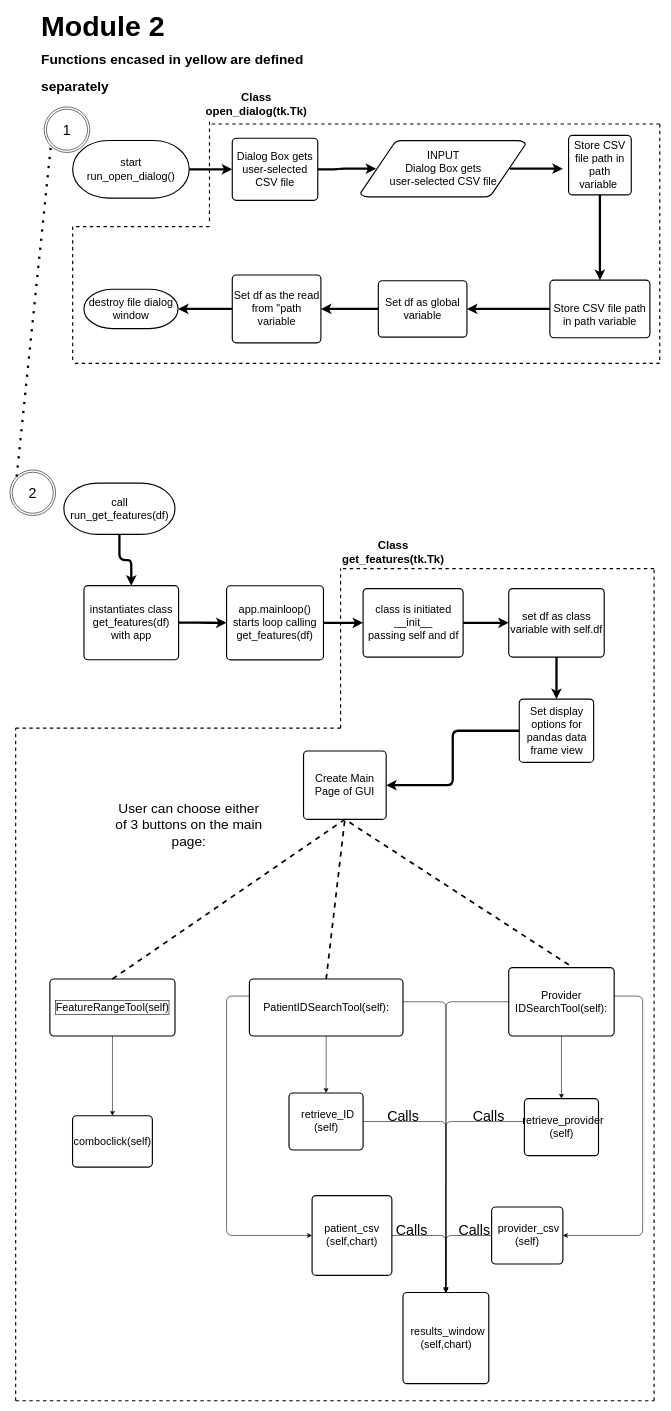
ladri8/COVID19_AHA keeps this draw.io diagram as Untitled Diagram.drawio. Above is the earlier version. Source tidied: cells renumbered, new cells numbered last; positions are measured from the earlier drawing's top-left corner, leaving out a move shared by most shapes. Both pictures are drawn from the tidied source at 57%, with x=0, y=0 at pixel (10, 15).
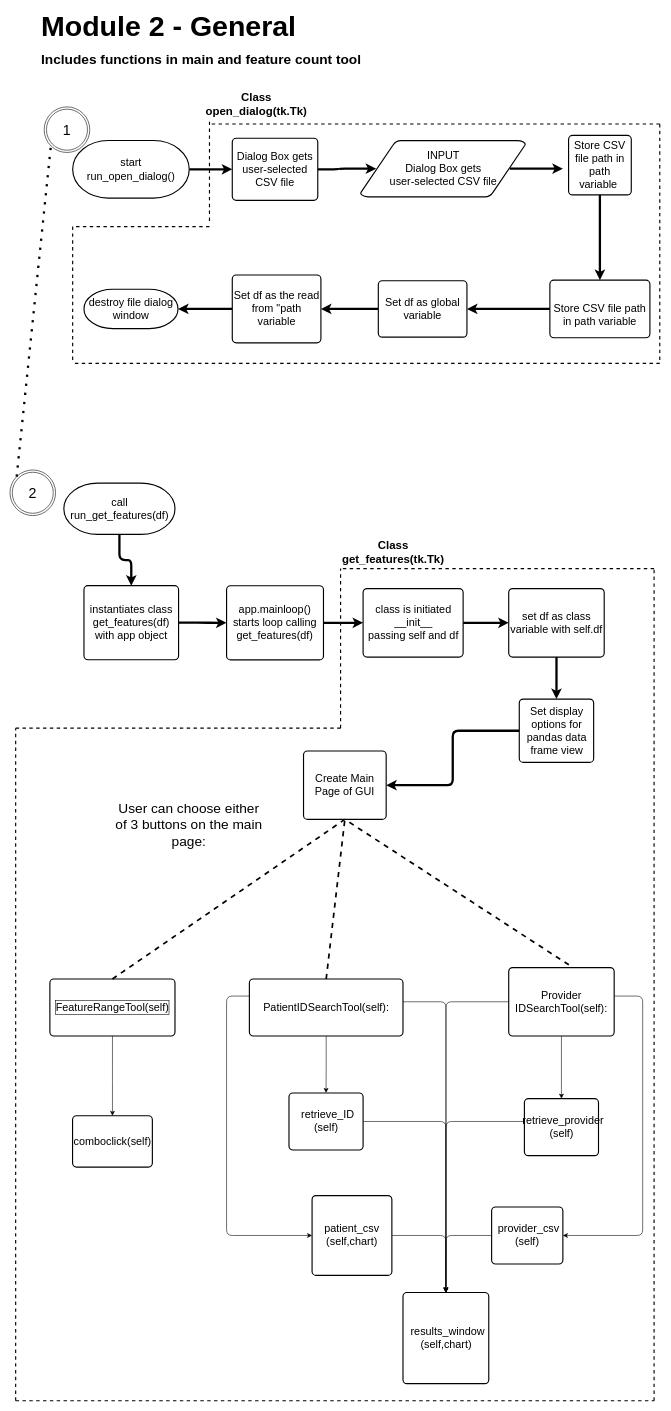
The same page after the edit.

Change to the diagram source:
```diff
@@
-    <mxCell id="10" value="instantiates class get_features(df) with app " style="whiteSpace=wrap;html=1;absoluteArcSize=1;arcSize=14;strokeWidth=2;fontSize=19;rounded=1;" parent="1" vertex="1">
+    <mxCell id="10" value="instantiates class get_features(df) with app object " style="whiteSpace=wrap;html=1;absoluteArcSize=1;arcSize=14;strokeWidth=2;fontSize=19;rounded=1;" parent="1" vertex="1">
       <mxGeometry x="129.8" y="1000" width="166" height="130" as="geometry" />
     </mxCell>
@@
-    <mxCell id="56" value="Calls" style="text;html=1;strokeColor=none;fillColor=none;align=center;verticalAlign=middle;whiteSpace=wrap;fontFamily=Helvetica;fontSize=25;rounded=1;" parent="1" vertex="1">
-      <mxGeometry x="670" y="1830" width="40" height="200" as="geometry" />
-    </mxCell>
-    <mxCell id="57" value="Calls" style="text;html=1;strokeColor=none;fillColor=none;align=center;verticalAlign=middle;whiteSpace=wrap;fontFamily=Helvetica;fontSize=25;rounded=1;" parent="1" vertex="1">
-      <mxGeometry x="820" y="1920" width="40" height="20" as="geometry" />
-    </mxCell>
-    <mxCell id="58" value="Calls" style="text;html=1;strokeColor=none;fillColor=none;align=center;verticalAlign=middle;whiteSpace=wrap;fontFamily=Helvetica;fontSize=25;rounded=1;" parent="1" vertex="1">
-      <mxGeometry x="684.5" y="2030" width="40" height="200" as="geometry" />
-    </mxCell>
-    <mxCell id="59" value="Calls" style="text;html=1;strokeColor=none;fillColor=none;align=center;verticalAlign=middle;whiteSpace=wrap;fontFamily=Helvetica;fontSize=25;rounded=1;" parent="1" vertex="1">
-      <mxGeometry x="794.5" y="2030" width="40" height="200" as="geometry" />
-    </mxCell>
-    <mxCell id="60" value="&lt;font style=&quot;font-size: 50px&quot;&gt;&lt;b&gt;&lt;font style=&quot;font-size: 50px&quot;&gt;Module 2&lt;/font&gt;&lt;br&gt;&lt;/b&gt;&lt;/font&gt;&lt;div style=&quot;font-size: 39px&quot;&gt;&lt;font style=&quot;font-size: 24px&quot;&gt;&lt;b&gt;Functions encased in yellow are defined separately&amp;nbsp; &lt;br&gt;&lt;/b&gt;&lt;/font&gt;&lt;/div&gt;" style="text;html=1;strokeColor=none;fillColor=none;spacing=5;spacingTop=-20;whiteSpace=wrap;overflow=hidden;fontFamily=Helvetica;fontSize=25;rounded=1;arcSize=50;" parent="1" vertex="1">
+    <mxCell id="60" value="&lt;font style=&quot;font-size: 50px&quot;&gt;&lt;b&gt;&lt;font style=&quot;font-size: 50px&quot;&gt;Module 2&lt;/font&gt; - General &lt;br&gt;&lt;/b&gt;&lt;/font&gt;&lt;div style=&quot;font-size: 39px&quot;&gt;&lt;font style=&quot;font-size: 24px&quot;&gt;&lt;b&gt;Includes functions in main and feature count tool&lt;br&gt;&lt;/b&gt;&lt;/font&gt;&lt;/div&gt;" style="text;html=1;strokeColor=none;fillColor=none;spacing=5;spacingTop=-20;whiteSpace=wrap;overflow=hidden;fontFamily=Helvetica;fontSize=25;rounded=1;arcSize=50;" parent="1" vertex="1">
       <mxGeometry x="50" width="580" height="140" as="geometry" />
     </mxCell>
```
